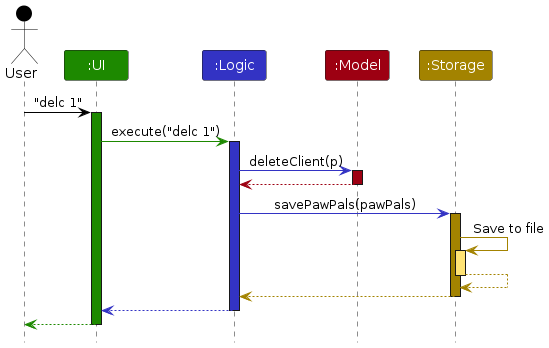
AY2627S1-CS2103T-T14-4/tp keeps this PlantUML diagram as diagrams/ArchitectureSequenceDiagram.png. Above is the earlier version. Its source is kept beside it as diagrams/ArchitectureSequenceDiagram.puml.
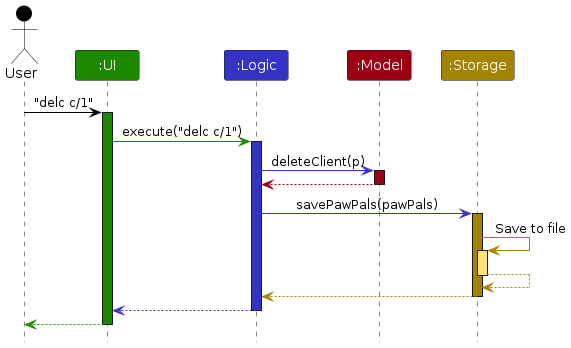
After the commit.

What changed in the source:
```diff
@@ -8,10 +8,10 @@
 Participant ":Model" as model MODEL_COLOR
 Participant ":Storage" as storage STORAGE_COLOR
 
-user -[USER_COLOR]> ui : "delc 1"
+user -[USER_COLOR]> ui : "delc c/1"
 activate ui UI_COLOR
 
-ui -[UI_COLOR]> logic : execute("delc 1")
+ui -[UI_COLOR]> logic : execute("delc c/1")
 activate logic LOGIC_COLOR
 
 logic -[LOGIC_COLOR]> model : deleteClient(p)
```
